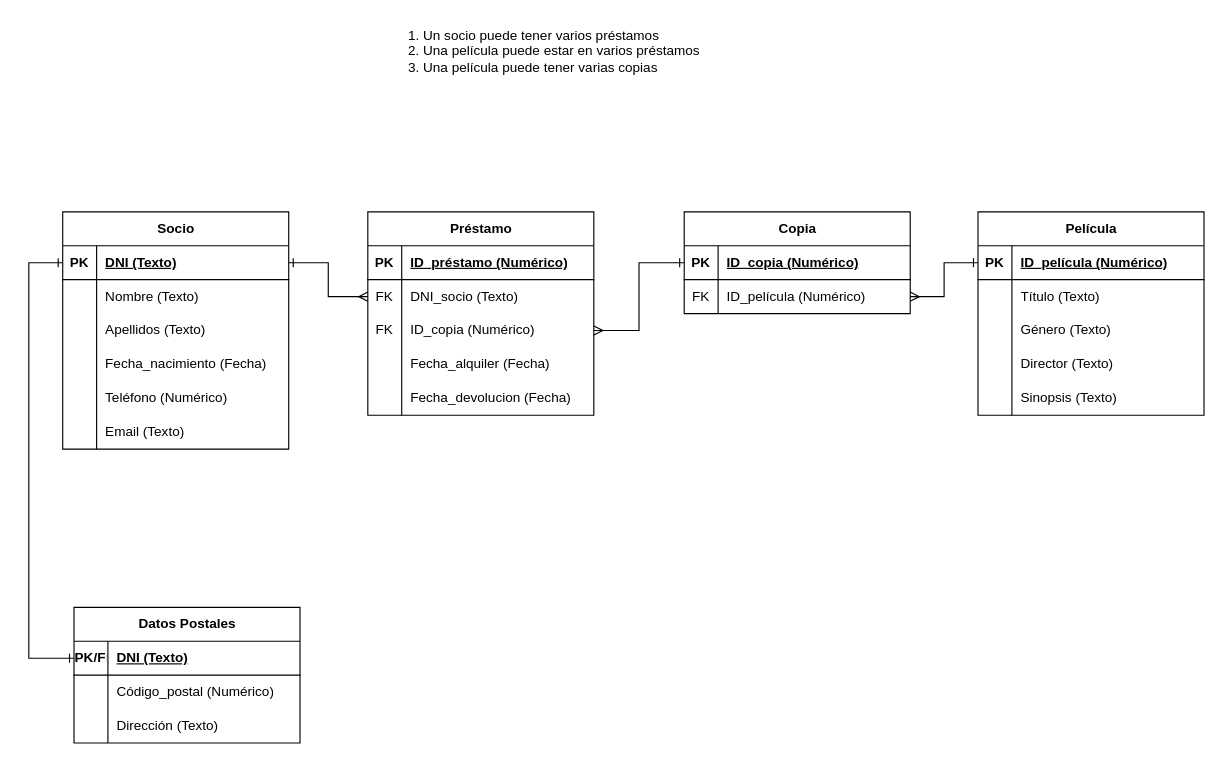
Earlier version of the draw.io diagram diagrama-videoclub.drawio (gmoralrubio/practica-modelado-datos-sql). Source tidied: cells renumbered, new cells numbered last; positions are measured from the earlier drawing's top-left corner, leaving out a move shared by most shapes. Both pictures are drawn from the tidied source at 113%, with x=0, y=0 at pixel (28, 19).
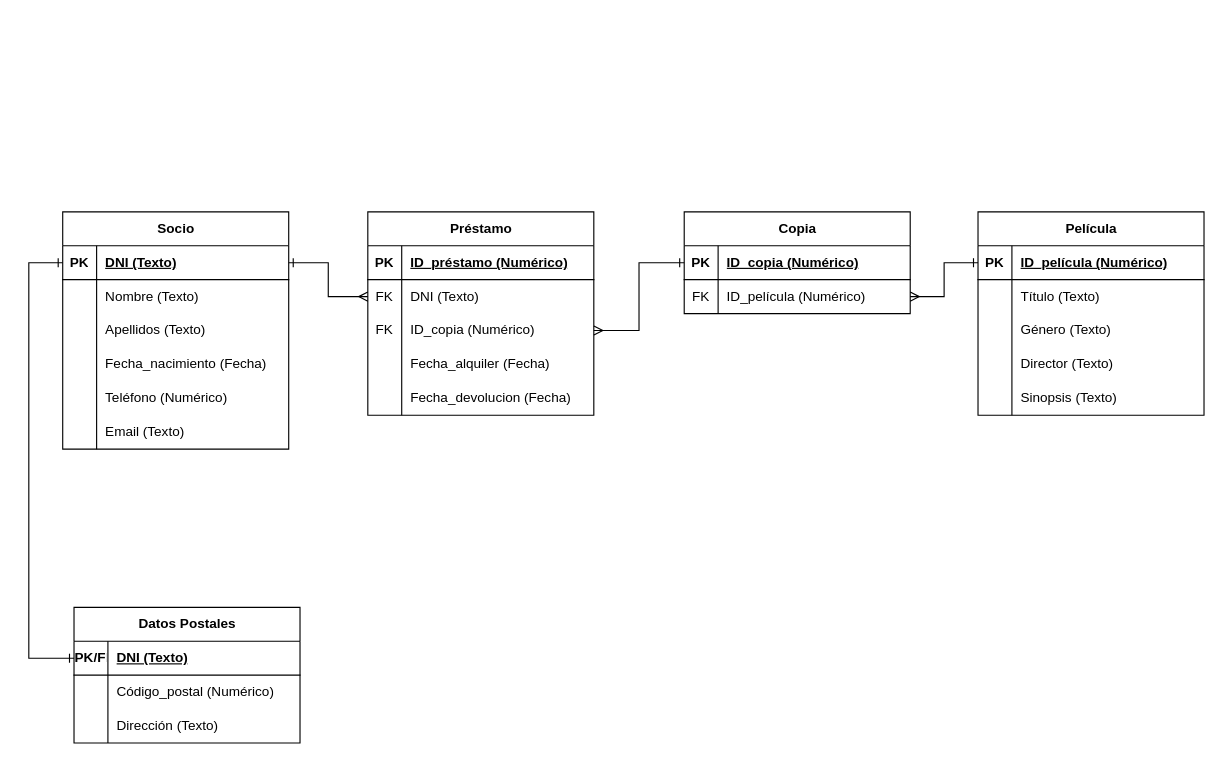
The same page after the edit.

Commit message:
refactor: renombrado atributo DNI en diagrama de entidad-relación

Unchanged cells that the change refers to:
```xml
<mxCell id="52" style="shape=tableRow;horizontal=0;startSize=0;swimlaneHead=0;swimlaneBody=0;fillColor=none;points=[[0,0.5],[1,0.5]];portConstraint=eastwest;top=0;left=0;right=0;bottom=0;" parent="48" vertex="1">
  <mxGeometry y="60" width="200" height="30" as="geometry" />
</mxCell>
```

Change to the diagram source:
```diff
@@
-    <mxCell id="54" value="DNI_socio (Texto)" style="shape=partialRectangle;fillColor=none;top=0;left=0;bottom=0;right=0;align=left;spacingLeft=6;overflow=hidden;whiteSpace=wrap;html=1;" parent="52" vertex="1">
+    <mxCell id="54" value="DNI (Texto)" style="shape=partialRectangle;fillColor=none;top=0;left=0;bottom=0;right=0;align=left;spacingLeft=6;overflow=hidden;whiteSpace=wrap;html=1;" parent="52" vertex="1">
       <mxGeometry x="30" width="170" height="30" as="geometry" />
     </mxCell>
@@
-    <mxCell id="65" value="&lt;div&gt;1. Un socio puede tener varios préstamos&lt;/div&gt;&lt;div&gt;2. Una película puede estar en varios préstamos&lt;/div&gt;&lt;div&gt;3. Una película puede tener varias copias&lt;/div&gt;" style="text;strokeColor=none;fillColor=none;spacingLeft=4;spacingRight=4;overflow=hidden;fontSize=12;whiteSpace=wrap;html=1;" parent="1" vertex="1">
-      <mxGeometry x="330" width="450" height="100" as="geometry" />
-    </mxCell>
```
